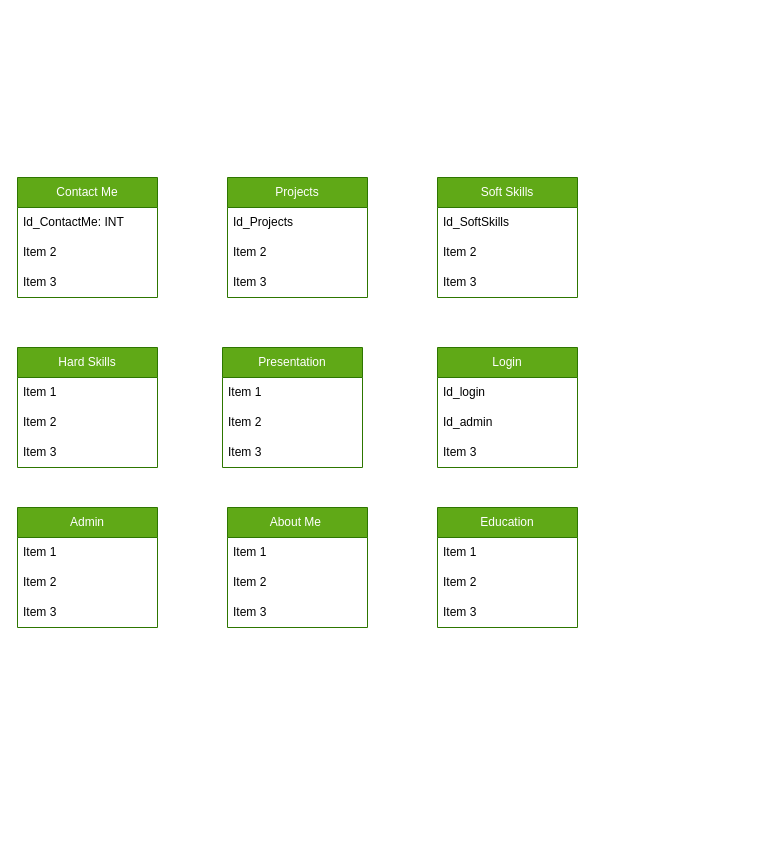
lucia-pitrelli/Front-End-Portfolio keeps this draw.io diagram as dataBase.drawio. Above is the earlier version. Source tidied: cells renumbered, new cells numbered last; positions are measured from the earlier drawing's top-left corner, leaving out a move shared by most shapes. Both pictures are drawn from the tidied source at 100%, with x=0, y=0 at pixel (17, 177).
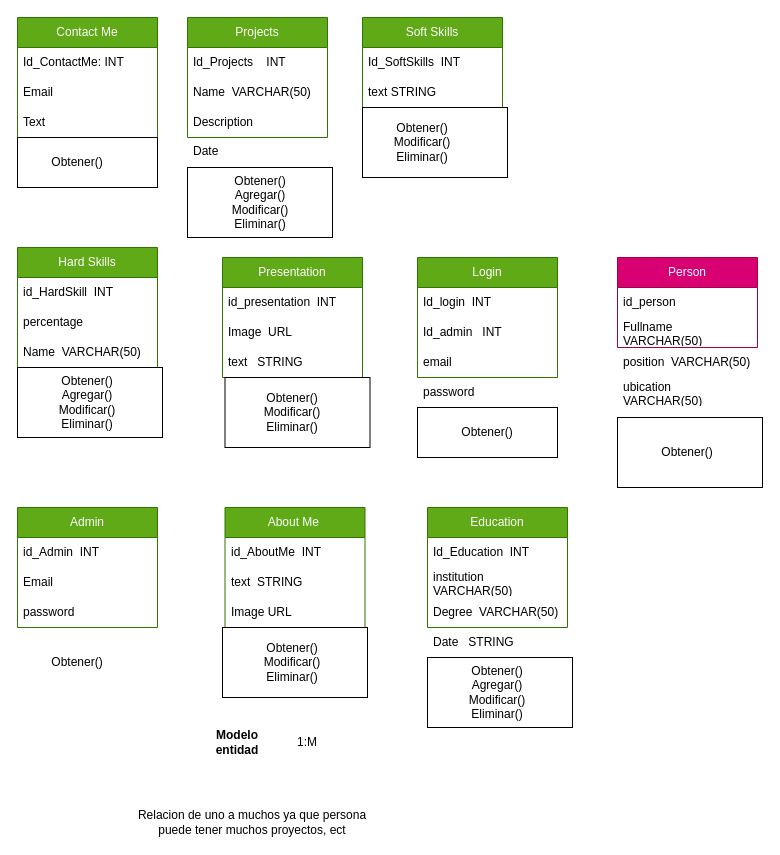
Above is the later version.

Unchanged cells that the change refers to:
```xml
<mxCell id="26" value="Admin" style="swimlane;fontStyle=0;horizontal=1;startSize=30;whiteSpace=wrap;html=1;fillColor=#60a917;fontColor=#ffffff;strokeColor=#2D7600;" parent="1" vertex="1">
  <mxGeometry y="330" width="140" height="120" as="geometry" />
</mxCell>
```

Diff of the diagram source:
```diff
@@
     <mxCell id="2" value="Contact Me" style="swimlane;fontStyle=0;horizontal=1;startSize=30;whiteSpace=wrap;html=1;fillColor=#60a917;fontColor=#ffffff;strokeColor=#2D7600;" parent="1" vertex="1">
-      <mxGeometry width="140" height="120" as="geometry" />
+      <mxGeometry y="-160" width="140" height="120" as="geometry" />
     </mxCell>
@@
-    <mxCell id="4" value="Item 2" style="text;strokeColor=none;fillColor=none;align=left;verticalAlign=middle;spacingLeft=4;spacingRight=4;overflow=hidden;whiteSpace=wrap;html=1;" parent="2" vertex="1">
+    <mxCell id="4" value="Email" style="text;strokeColor=none;fillColor=none;align=left;verticalAlign=middle;spacingLeft=4;spacingRight=4;overflow=hidden;whiteSpace=wrap;html=1;" parent="2" vertex="1">
       <mxGeometry y="60" width="140" height="30" as="geometry" />
     </mxCell>
-    <mxCell id="5" value="Item 3" style="text;strokeColor=none;fillColor=none;align=left;verticalAlign=middle;spacingLeft=4;spacingRight=4;overflow=hidden;whiteSpace=wrap;html=1;" parent="2" vertex="1">
+    <mxCell id="5" value="Text" style="text;strokeColor=none;fillColor=none;align=left;verticalAlign=middle;spacingLeft=4;spacingRight=4;overflow=hidden;whiteSpace=wrap;html=1;" parent="2" vertex="1">
       <mxGeometry y="90" width="140" height="30" as="geometry" />
     </mxCell>
     <mxCell id="6" value="Projects" style="swimlane;fontStyle=0;horizontal=1;startSize=30;whiteSpace=wrap;html=1;fillColor=#60a917;fontColor=#ffffff;strokeColor=#2D7600;" parent="1" vertex="1">
-      <mxGeometry x="210" width="140" height="120" as="geometry" />
+      <mxGeometry x="170" y="-160" width="140" height="120" as="geometry" />
     </mxCell>
-    <mxCell id="7" value="Id_Projects" style="text;strokeColor=none;fillColor=none;align=left;verticalAlign=middle;spacingLeft=4;spacingRight=4;overflow=hidden;whiteSpace=wrap;html=1;" parent="6" vertex="1">
+    <mxCell id="7" value="Id_Projects&amp;nbsp; &amp;nbsp; INT" style="text;strokeColor=none;fillColor=none;align=left;verticalAlign=middle;spacingLeft=4;spacingRight=4;overflow=hidden;whiteSpace=wrap;html=1;" parent="6" vertex="1">
       <mxGeometry y="30" width="140" height="30" as="geometry" />
     </mxCell>
-    <mxCell id="8" value="Item 2" style="text;strokeColor=none;fillColor=none;align=left;verticalAlign=middle;spacingLeft=4;spacingRight=4;overflow=hidden;whiteSpace=wrap;html=1;" parent="6" vertex="1">
+    <mxCell id="8" value="Name&amp;nbsp; VARCHAR(50)" style="text;strokeColor=none;fillColor=none;align=left;verticalAlign=middle;spacingLeft=4;spacingRight=4;overflow=hidden;whiteSpace=wrap;html=1;" parent="6" vertex="1">
       <mxGeometry y="60" width="140" height="30" as="geometry" />
     </mxCell>
-    <mxCell id="9" value="Item 3" style="text;strokeColor=none;fillColor=none;align=left;verticalAlign=middle;spacingLeft=4;spacingRight=4;overflow=hidden;whiteSpace=wrap;html=1;" parent="6" vertex="1">
+    <mxCell id="9" value="Description" style="text;strokeColor=none;fillColor=none;align=left;verticalAlign=middle;spacingLeft=4;spacingRight=4;overflow=hidden;whiteSpace=wrap;html=1;" parent="6" vertex="1">
       <mxGeometry y="90" width="140" height="30" as="geometry" />
     </mxCell>
     <mxCell id="10" value="Soft Skills" style="swimlane;fontStyle=0;horizontal=1;startSize=30;whiteSpace=wrap;html=1;fillColor=#60a917;fontColor=#ffffff;strokeColor=#2D7600;" parent="1" vertex="1">
-      <mxGeometry x="420" width="140" height="120" as="geometry" />
+      <mxGeometry x="345" y="-160" width="140" height="90" as="geometry" />
     </mxCell>
-    <mxCell id="11" value="Id_SoftSkills" style="text;strokeColor=none;fillColor=none;align=left;verticalAlign=middle;spacingLeft=4;spacingRight=4;overflow=hidden;whiteSpace=wrap;html=1;" parent="10" vertex="1">
+    <mxCell id="11" value="Id_SoftSkills&amp;nbsp; INT" style="text;strokeColor=none;fillColor=none;align=left;verticalAlign=middle;spacingLeft=4;spacingRight=4;overflow=hidden;whiteSpace=wrap;html=1;" parent="10" vertex="1">
       <mxGeometry y="30" width="140" height="30" as="geometry" />
     </mxCell>
-    <mxCell id="12" value="Item 2" style="text;strokeColor=none;fillColor=none;align=left;verticalAlign=middle;spacingLeft=4;spacingRight=4;overflow=hidden;whiteSpace=wrap;html=1;" parent="10" vertex="1">
+    <mxCell id="12" value="text STRING" style="text;strokeColor=none;fillColor=none;align=left;verticalAlign=middle;spacingLeft=4;spacingRight=4;overflow=hidden;whiteSpace=wrap;html=1;" parent="10" vertex="1">
       <mxGeometry y="60" width="140" height="30" as="geometry" />
     </mxCell>
-    <mxCell id="13" value="Item 3" style="text;strokeColor=none;fillColor=none;align=left;verticalAlign=middle;spacingLeft=4;spacingRight=4;overflow=hidden;whiteSpace=wrap;html=1;" parent="10" vertex="1">
-      <mxGeometry y="90" width="140" height="30" as="geometry" />
-    </mxCell>
     <mxCell id="14" value="Hard Skills" style="swimlane;fontStyle=0;horizontal=1;startSize=30;whiteSpace=wrap;html=1;fillColor=#60a917;fontColor=#ffffff;strokeColor=#2D7600;" parent="1" vertex="1">
-      <mxGeometry y="170" width="140" height="120" as="geometry" />
+      <mxGeometry y="70" width="140" height="120" as="geometry" />
     </mxCell>
-    <mxCell id="15" value="Item 1" style="text;strokeColor=none;fillColor=none;align=left;verticalAlign=middle;spacingLeft=4;spacingRight=4;overflow=hidden;whiteSpace=wrap;html=1;" parent="14" vertex="1">
+    <mxCell id="15" value="id_HardSkill&amp;nbsp; INT" style="text;strokeColor=none;fillColor=none;align=left;verticalAlign=middle;spacingLeft=4;spacingRight=4;overflow=hidden;whiteSpace=wrap;html=1;" parent="14" vertex="1">
       <mxGeometry y="30" width="140" height="30" as="geometry" />
     </mxCell>
-    <mxCell id="16" value="Item 2" style="text;strokeColor=none;fillColor=none;align=left;verticalAlign=middle;spacingLeft=4;spacingRight=4;overflow=hidden;whiteSpace=wrap;html=1;" parent="14" vertex="1">
+    <mxCell id="16" value="percentage" style="text;strokeColor=none;fillColor=none;align=left;verticalAlign=middle;spacingLeft=4;spacingRight=4;overflow=hidden;whiteSpace=wrap;html=1;" parent="14" vertex="1">
       <mxGeometry y="60" width="140" height="30" as="geometry" />
     </mxCell>
-    <mxCell id="17" value="Item 3" style="text;strokeColor=none;fillColor=none;align=left;verticalAlign=middle;spacingLeft=4;spacingRight=4;overflow=hidden;whiteSpace=wrap;html=1;" parent="14" vertex="1">
+    <mxCell id="17" value="Name&amp;nbsp; VARCHAR(50)" style="text;strokeColor=none;fillColor=none;align=left;verticalAlign=middle;spacingLeft=4;spacingRight=4;overflow=hidden;whiteSpace=wrap;html=1;" parent="14" vertex="1">
       <mxGeometry y="90" width="140" height="30" as="geometry" />
     </mxCell>
     <mxCell id="18" value="Presentation" style="swimlane;fontStyle=0;horizontal=1;startSize=30;whiteSpace=wrap;html=1;fillColor=#60a917;fontColor=#ffffff;strokeColor=#2D7600;" parent="1" vertex="1">
-      <mxGeometry x="205" y="170" width="140" height="120" as="geometry" />
+      <mxGeometry x="205" y="80" width="140" height="120" as="geometry" />
     </mxCell>
-    <mxCell id="19" value="Item 1" style="text;strokeColor=none;fillColor=none;align=left;verticalAlign=middle;spacingLeft=4;spacingRight=4;overflow=hidden;whiteSpace=wrap;html=1;" parent="18" vertex="1">
+    <mxCell id="19" value="id_presentation&amp;nbsp; INT" style="text;strokeColor=none;fillColor=none;align=left;verticalAlign=middle;spacingLeft=4;spacingRight=4;overflow=hidden;whiteSpace=wrap;html=1;" parent="18" vertex="1">
       <mxGeometry y="30" width="140" height="30" as="geometry" />
     </mxCell>
-    <mxCell id="20" value="Item 2" style="text;strokeColor=none;fillColor=none;align=left;verticalAlign=middle;spacingLeft=4;spacingRight=4;overflow=hidden;whiteSpace=wrap;html=1;" parent="18" vertex="1">
+    <mxCell id="20" value="Image&amp;nbsp; URL" style="text;strokeColor=none;fillColor=none;align=left;verticalAlign=middle;spacingLeft=4;spacingRight=4;overflow=hidden;whiteSpace=wrap;html=1;" parent="18" vertex="1">
       <mxGeometry y="60" width="140" height="30" as="geometry" />
     </mxCell>
-    <mxCell id="21" value="Item 3" style="text;strokeColor=none;fillColor=none;align=left;verticalAlign=middle;spacingLeft=4;spacingRight=4;overflow=hidden;whiteSpace=wrap;html=1;" parent="18" vertex="1">
+    <mxCell id="21" value="text&amp;nbsp; &amp;nbsp;STRING" style="text;strokeColor=none;fillColor=none;align=left;verticalAlign=middle;spacingLeft=4;spacingRight=4;overflow=hidden;whiteSpace=wrap;html=1;" parent="18" vertex="1">
       <mxGeometry y="90" width="140" height="30" as="geometry" />
     </mxCell>
     <mxCell id="22" value="Login" style="swimlane;fontStyle=0;horizontal=1;startSize=30;whiteSpace=wrap;html=1;fillColor=#60a917;fontColor=#ffffff;strokeColor=#2D7600;" parent="1" vertex="1">
-      <mxGeometry x="420" y="170" width="140" height="120" as="geometry" />
+      <mxGeometry x="400" y="80" width="140" height="120" as="geometry" />
     </mxCell>
-    <mxCell id="23" value="Id_login" style="text;strokeColor=none;fillColor=none;align=left;verticalAlign=middle;spacingLeft=4;spacingRight=4;overflow=hidden;whiteSpace=wrap;html=1;" parent="22" vertex="1">
+    <mxCell id="23" value="Id_login&amp;nbsp; INT" style="text;strokeColor=none;fillColor=none;align=left;verticalAlign=middle;spacingLeft=4;spacingRight=4;overflow=hidden;whiteSpace=wrap;html=1;" parent="22" vertex="1">
       <mxGeometry y="30" width="140" height="30" as="geometry" />
     </mxCell>
-    <mxCell id="24" value="Id_admin" style="text;strokeColor=none;fillColor=none;align=left;verticalAlign=middle;spacingLeft=4;spacingRight=4;overflow=hidden;whiteSpace=wrap;html=1;" parent="22" vertex="1">
+    <mxCell id="24" value="Id_admin&amp;nbsp; &amp;nbsp;INT" style="text;strokeColor=none;fillColor=none;align=left;verticalAlign=middle;spacingLeft=4;spacingRight=4;overflow=hidden;whiteSpace=wrap;html=1;" parent="22" vertex="1">
       <mxGeometry y="60" width="140" height="30" as="geometry" />
     </mxCell>
-    <mxCell id="25" value="Item 3" style="text;strokeColor=none;fillColor=none;align=left;verticalAlign=middle;spacingLeft=4;spacingRight=4;overflow=hidden;whiteSpace=wrap;html=1;" parent="22" vertex="1">
+    <mxCell id="25" value="email" style="text;strokeColor=none;fillColor=none;align=left;verticalAlign=middle;spacingLeft=4;spacingRight=4;overflow=hidden;whiteSpace=wrap;html=1;" parent="22" vertex="1">
       <mxGeometry y="90" width="140" height="30" as="geometry" />
     </mxCell>
@@
-    <mxCell id="27" value="Item 1" style="text;strokeColor=none;fillColor=none;align=left;verticalAlign=middle;spacingLeft=4;spacingRight=4;overflow=hidden;whiteSpace=wrap;html=1;" parent="26" vertex="1">
+    <mxCell id="27" value="id_Admin&amp;nbsp; INT" style="text;strokeColor=none;fillColor=none;align=left;verticalAlign=middle;spacingLeft=4;spacingRight=4;overflow=hidden;whiteSpace=wrap;html=1;" parent="26" vertex="1">
       <mxGeometry y="30" width="140" height="30" as="geometry" />
     </mxCell>
-    <mxCell id="28" value="Item 2" style="text;strokeColor=none;fillColor=none;align=left;verticalAlign=middle;spacingLeft=4;spacingRight=4;overflow=hidden;whiteSpace=wrap;html=1;" parent="26" vertex="1">
+    <mxCell id="28" value="Email" style="text;strokeColor=none;fillColor=none;align=left;verticalAlign=middle;spacingLeft=4;spacingRight=4;overflow=hidden;whiteSpace=wrap;html=1;" parent="26" vertex="1">
       <mxGeometry y="60" width="140" height="30" as="geometry" />
     </mxCell>
-    <mxCell id="29" value="Item 3" style="text;strokeColor=none;fillColor=none;align=left;verticalAlign=middle;spacingLeft=4;spacingRight=4;overflow=hidden;whiteSpace=wrap;html=1;" parent="26" vertex="1">
+    <mxCell id="29" value="password" style="text;strokeColor=none;fillColor=none;align=left;verticalAlign=middle;spacingLeft=4;spacingRight=4;overflow=hidden;whiteSpace=wrap;html=1;" parent="26" vertex="1">
       <mxGeometry y="90" width="140" height="30" as="geometry" />
     </mxCell>
     <mxCell id="30" value="About Me&amp;nbsp;" style="swimlane;fontStyle=0;horizontal=1;startSize=30;whiteSpace=wrap;html=1;fillColor=#60a917;fontColor=#ffffff;strokeColor=#2D7600;" parent="1" vertex="1">
-      <mxGeometry x="210" y="330" width="140" height="120" as="geometry" />
+      <mxGeometry x="207.5" y="330" width="140" height="120" as="geometry" />
     </mxCell>
-    <mxCell id="31" value="Item 1" style="text;strokeColor=none;fillColor=none;align=left;verticalAlign=middle;spacingLeft=4;spacingRight=4;overflow=hidden;whiteSpace=wrap;html=1;" parent="30" vertex="1">
+    <mxCell id="31" value="id_AboutMe&amp;nbsp; INT" style="text;strokeColor=none;fillColor=none;align=left;verticalAlign=middle;spacingLeft=4;spacingRight=4;overflow=hidden;whiteSpace=wrap;html=1;" parent="30" vertex="1">
       <mxGeometry y="30" width="140" height="30" as="geometry" />
     </mxCell>
-    <mxCell id="32" value="Item 2" style="text;strokeColor=none;fillColor=none;align=left;verticalAlign=middle;spacingLeft=4;spacingRight=4;overflow=hidden;whiteSpace=wrap;html=1;" parent="30" vertex="1">
+    <mxCell id="32" value="text&amp;nbsp; STRING" style="text;strokeColor=none;fillColor=none;align=left;verticalAlign=middle;spacingLeft=4;spacingRight=4;overflow=hidden;whiteSpace=wrap;html=1;" parent="30" vertex="1">
       <mxGeometry y="60" width="140" height="30" as="geometry" />
     </mxCell>
-    <mxCell id="33" value="Item 3" style="text;strokeColor=none;fillColor=none;align=left;verticalAlign=middle;spacingLeft=4;spacingRight=4;overflow=hidden;whiteSpace=wrap;html=1;" parent="30" vertex="1">
+    <mxCell id="33" value="Image URL" style="text;strokeColor=none;fillColor=none;align=left;verticalAlign=middle;spacingLeft=4;spacingRight=4;overflow=hidden;whiteSpace=wrap;html=1;" parent="30" vertex="1">
       <mxGeometry y="90" width="140" height="30" as="geometry" />
     </mxCell>
     <mxCell id="34" value="Education" style="swimlane;fontStyle=0;horizontal=1;startSize=30;whiteSpace=wrap;html=1;fillColor=#60a917;fontColor=#ffffff;strokeColor=#2D7600;" parent="1" vertex="1">
-      <mxGeometry x="420" y="330" width="140" height="120" as="geometry" />
+      <mxGeometry x="410" y="330" width="140" height="120" as="geometry" />
     </mxCell>
-    <mxCell id="35" value="Item 1" style="text;strokeColor=none;fillColor=none;align=left;verticalAlign=middle;spacingLeft=4;spacingRight=4;overflow=hidden;whiteSpace=wrap;html=1;" parent="34" vertex="1">
+    <mxCell id="35" value="Id_Education&amp;nbsp; INT" style="text;strokeColor=none;fillColor=none;align=left;verticalAlign=middle;spacingLeft=4;spacingRight=4;overflow=hidden;whiteSpace=wrap;html=1;" parent="34" vertex="1">
       <mxGeometry y="30" width="140" height="30" as="geometry" />
     </mxCell>
-    <mxCell id="36" value="Item 2" style="text;strokeColor=none;fillColor=none;align=left;verticalAlign=middle;spacingLeft=4;spacingRight=4;overflow=hidden;whiteSpace=wrap;html=1;" parent="34" vertex="1">
+    <mxCell id="36" value="institution&amp;nbsp; VARCHAR(50)" style="text;strokeColor=none;fillColor=none;align=left;verticalAlign=middle;spacingLeft=4;spacingRight=4;overflow=hidden;whiteSpace=wrap;html=1;" parent="34" vertex="1">
       <mxGeometry y="60" width="140" height="30" as="geometry" />
     </mxCell>
-    <mxCell id="37" value="Item 3" style="text;strokeColor=none;fillColor=none;align=left;verticalAlign=middle;spacingLeft=4;spacingRight=4;overflow=hidden;whiteSpace=wrap;html=1;" parent="34" vertex="1">
+    <mxCell id="37" value="Degree&amp;nbsp; VARCHAR(50)" style="text;strokeColor=none;fillColor=none;align=left;verticalAlign=middle;spacingLeft=4;spacingRight=4;overflow=hidden;whiteSpace=wrap;html=1;" parent="34" vertex="1">
       <mxGeometry y="90" width="140" height="30" as="geometry" />
     </mxCell>
+    <mxCell id="38" value="Person" style="swimlane;fontStyle=0;horizontal=1;startSize=30;whiteSpace=wrap;html=1;fillColor=#d80073;fontColor=#ffffff;strokeColor=#A50040;" parent="1" vertex="1">
+      <mxGeometry x="600" y="80" width="140" height="90" as="geometry" />
+    </mxCell>
+    <mxCell id="39" value="id_person" style="text;strokeColor=none;fillColor=none;align=left;verticalAlign=middle;spacingLeft=4;spacingRight=4;overflow=hidden;whiteSpace=wrap;html=1;" parent="38" vertex="1">
+      <mxGeometry y="30" width="140" height="30" as="geometry" />
+    </mxCell>
+    <mxCell id="40" value="Fullname&amp;nbsp; VARCHAR(50)" style="text;strokeColor=none;fillColor=none;align=left;verticalAlign=middle;spacingLeft=4;spacingRight=4;overflow=hidden;whiteSpace=wrap;html=1;" parent="38" vertex="1">
+      <mxGeometry y="60" width="140" height="30" as="geometry" />
+    </mxCell>
+    <mxCell id="41" value="position&amp;nbsp; VARCHAR(50)" style="text;strokeColor=none;fillColor=none;align=left;verticalAlign=middle;spacingLeft=4;spacingRight=4;overflow=hidden;whiteSpace=wrap;html=1;" parent="1" vertex="1">
+      <mxGeometry x="600" y="170" width="140" height="30" as="geometry" />
+    </mxCell>
+    <mxCell id="42" value="ubication&amp;nbsp; VARCHAR(50)" style="text;strokeColor=none;fillColor=none;align=left;verticalAlign=middle;spacingLeft=4;spacingRight=4;overflow=hidden;whiteSpace=wrap;html=1;" parent="1" vertex="1">
+      <mxGeometry x="600" y="200" width="140" height="30" as="geometry" />
+    </mxCell>
+    <mxCell id="43" value="password" style="text;strokeColor=none;fillColor=none;align=left;verticalAlign=middle;spacingLeft=4;spacingRight=4;overflow=hidden;whiteSpace=wrap;html=1;" parent="1" vertex="1">
+      <mxGeometry x="400" y="200" width="140" height="30" as="geometry" />
+    </mxCell>
+    <mxCell id="44" value="Date" style="text;strokeColor=none;fillColor=none;align=left;verticalAlign=top;spacingLeft=4;spacingRight=4;overflow=hidden;whiteSpace=wrap;html=1;horizontal=1;" parent="1" vertex="1">
+      <mxGeometry x="170" y="-40" width="140" height="30" as="geometry" />
+    </mxCell>
+    <mxCell id="45" value="Relacion de uno a muchos ya que persona puede tener muchos proyectos, ect" style="text;html=1;strokeColor=none;fillColor=none;align=center;verticalAlign=middle;whiteSpace=wrap;rounded=0;" parent="1" vertex="1">
+      <mxGeometry x="110" y="630" width="250" height="30" as="geometry" />
+    </mxCell>
+    <mxCell id="46" value="Date&amp;nbsp; &amp;nbsp;STRING" style="text;strokeColor=none;fillColor=none;align=left;verticalAlign=middle;spacingLeft=4;spacingRight=4;overflow=hidden;whiteSpace=wrap;html=1;" parent="1" vertex="1">
+      <mxGeometry x="410" y="450" width="140" height="30" as="geometry" />
+    </mxCell>
+    <mxCell id="47" value="Modelo entidad" style="text;html=1;strokeColor=none;fillColor=none;align=center;verticalAlign=middle;whiteSpace=wrap;rounded=0;fontStyle=1;" parent="1" vertex="1">
+      <mxGeometry x="190" y="550" width="60" height="30" as="geometry" />
+    </mxCell>
+    <mxCell id="48" value="1:M" style="text;html=1;strokeColor=none;fillColor=none;align=center;verticalAlign=middle;whiteSpace=wrap;rounded=0;" parent="1" vertex="1">
+      <mxGeometry x="260" y="550" width="60" height="30" as="geometry" />
+    </mxCell>
+    <mxCell id="49" style="rounded=0;whiteSpace=wrap;html=1;" parent="1" vertex="1">
+      <mxGeometry y="-40" width="140" height="50" as="geometry" />
+    </mxCell>
+    <mxCell id="50" value="Obtener()" style="text;html=1;strokeColor=none;fillColor=none;align=center;verticalAlign=middle;whiteSpace=wrap;rounded=0;" parent="1" vertex="1">
+      <mxGeometry x="30" y="-30" width="60" height="30" as="geometry" />
+    </mxCell>
+    <mxCell id="51" style="edgeStyle=none;html=1;exitX=0;exitY=1;exitDx=0;exitDy=0;entryX=0;entryY=1;entryDx=0;entryDy=0;" parent="1" edge="1" source="52" target="53">
+      <mxGeometry relative="1" as="geometry" />
+    </mxCell>
+    <mxCell id="52" style="rounded=0;whiteSpace=wrap;html=1;" parent="1" vertex="1">
+      <mxGeometry x="170" y="-10" width="145" height="70" as="geometry" />
+    </mxCell>
+    <mxCell id="53" value="Obtener()&lt;br&gt;Agregar()&lt;br&gt;Modificar()&lt;br&gt;Eliminar()" style="text;html=1;strokeColor=none;fillColor=none;align=center;verticalAlign=middle;whiteSpace=wrap;rounded=0;" parent="1" vertex="1">
+      <mxGeometry x="187.5" width="110" height="50" as="geometry" />
+    </mxCell>
+    <mxCell id="54" style="rounded=0;whiteSpace=wrap;html=1;" parent="1" vertex="1">
+      <mxGeometry x="345" y="-70" width="145" height="70" as="geometry" />
+    </mxCell>
+    <mxCell id="55" value="Obtener()&lt;br&gt;Modificar()&lt;br&gt;Eliminar()" style="text;html=1;strokeColor=none;fillColor=none;align=center;verticalAlign=middle;whiteSpace=wrap;rounded=0;" parent="1" vertex="1">
+      <mxGeometry x="350" y="-60" width="110" height="50" as="geometry" />
+    </mxCell>
+    <mxCell id="56" style="rounded=0;whiteSpace=wrap;html=1;" parent="1" vertex="1">
+      <mxGeometry y="190" width="145" height="70" as="geometry" />
+    </mxCell>
+    <mxCell id="57" value="Obtener()&lt;br&gt;Agregar()&lt;br&gt;Modificar()&lt;br&gt;Eliminar()" style="text;html=1;strokeColor=none;fillColor=none;align=center;verticalAlign=middle;whiteSpace=wrap;rounded=0;" parent="1" vertex="1">
+      <mxGeometry x="15" y="200" width="110" height="50" as="geometry" />
+    </mxCell>
+    <mxCell id="58" style="rounded=0;whiteSpace=wrap;html=1;" parent="1" vertex="1">
+      <mxGeometry x="400" y="230" width="140" height="50" as="geometry" />
+    </mxCell>
+    <mxCell id="59" style="rounded=0;whiteSpace=wrap;html=1;" parent="1" vertex="1">
+      <mxGeometry x="600" y="240" width="145" height="70" as="geometry" />
+    </mxCell>
+    <mxCell id="60" style="rounded=0;whiteSpace=wrap;html=1;" parent="1" vertex="1">
+      <mxGeometry x="207.5" y="200" width="145" height="70" as="geometry" />
+    </mxCell>
+    <mxCell id="61" value="Obtener()&lt;br&gt;Modificar()&lt;br&gt;Eliminar()" style="text;html=1;strokeColor=none;fillColor=none;align=center;verticalAlign=middle;whiteSpace=wrap;rounded=0;" parent="1" vertex="1">
+      <mxGeometry x="220" y="210" width="110" height="50" as="geometry" />
+    </mxCell>
+    <mxCell id="62" value="Obtener()&lt;br&gt;" style="text;html=1;strokeColor=none;fillColor=none;align=center;verticalAlign=middle;whiteSpace=wrap;rounded=0;" parent="1" vertex="1">
+      <mxGeometry x="415" y="230" width="110" height="50" as="geometry" />
+    </mxCell>
+    <mxCell id="63" style="rounded=0;whiteSpace=wrap;html=1;" parent="1" vertex="1">
+      <mxGeometry x="205" y="450" width="145" height="70" as="geometry" />
+    </mxCell>
+    <mxCell id="64" style="rounded=0;whiteSpace=wrap;html=1;" parent="1" vertex="1">
+      <mxGeometry x="410" y="480" width="145" height="70" as="geometry" />
+    </mxCell>
+    <mxCell id="65" value="Obtener()&lt;br&gt;Modificar()&lt;br&gt;Eliminar()" style="text;html=1;strokeColor=none;fillColor=none;align=center;verticalAlign=middle;whiteSpace=wrap;rounded=0;" parent="1" vertex="1">
+      <mxGeometry x="220" y="460" width="110" height="50" as="geometry" />
+    </mxCell>
+    <mxCell id="66" value="Obtener()&lt;br&gt;" style="text;html=1;strokeColor=none;fillColor=none;align=center;verticalAlign=middle;whiteSpace=wrap;rounded=0;" parent="1" vertex="1">
+      <mxGeometry x="5" y="460" width="110" height="50" as="geometry" />
+    </mxCell>
+    <mxCell id="67" value="Obtener()&lt;br&gt;Agregar()&lt;br&gt;Modificar()&lt;br&gt;Eliminar()" style="text;html=1;strokeColor=none;fillColor=none;align=center;verticalAlign=middle;whiteSpace=wrap;rounded=0;" parent="1" vertex="1">
+      <mxGeometry x="425" y="490" width="110" height="50" as="geometry" />
+    </mxCell>
+    <mxCell id="68" value="Obtener()&lt;br&gt;" style="text;html=1;strokeColor=none;fillColor=none;align=center;verticalAlign=middle;whiteSpace=wrap;rounded=0;" parent="1" vertex="1">
+      <mxGeometry x="615" y="250" width="110" height="50" as="geometry" />
+    </mxCell>
```
